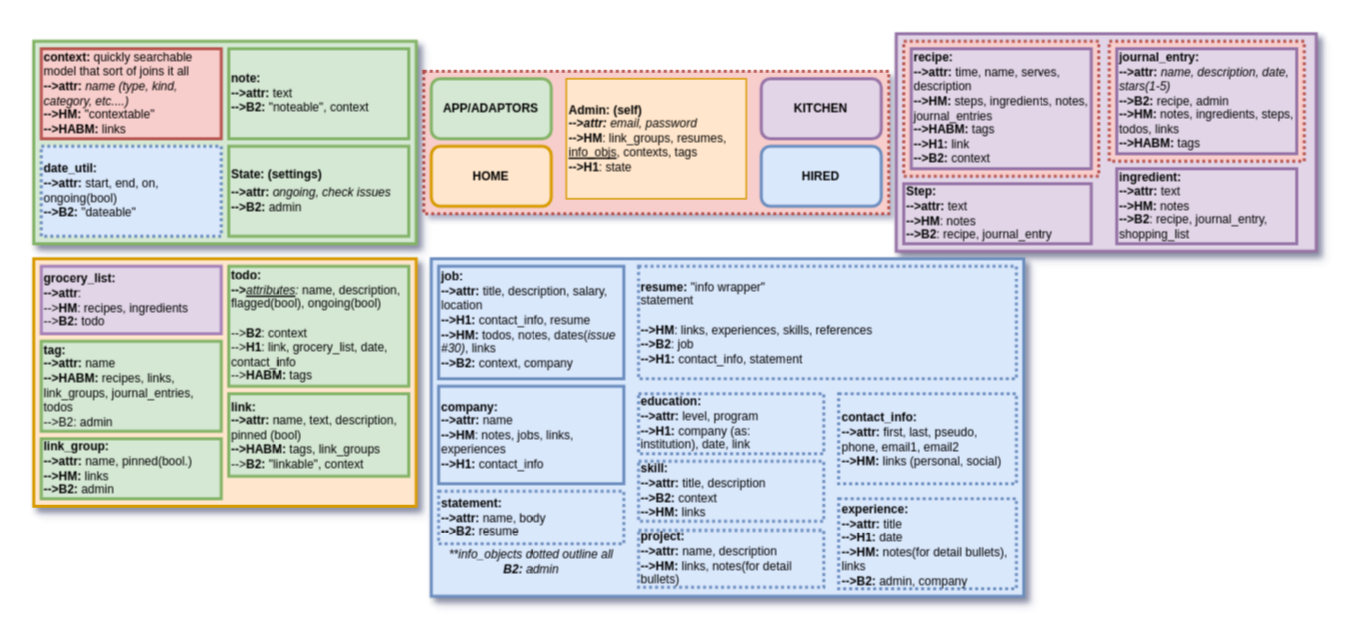
Before: docs/self.oo-map.drawio in horaciovelvetine/horaciovelvetine, a draw.io diagram. Source tidied: cells renumbered, new cells numbered last; positions are measured from the earlier drawing's top-left corner, leaving out a move shared by most shapes. Both pictures are drawn from the tidied source at 150%, with x=0, y=0 at pixel (33, 33).
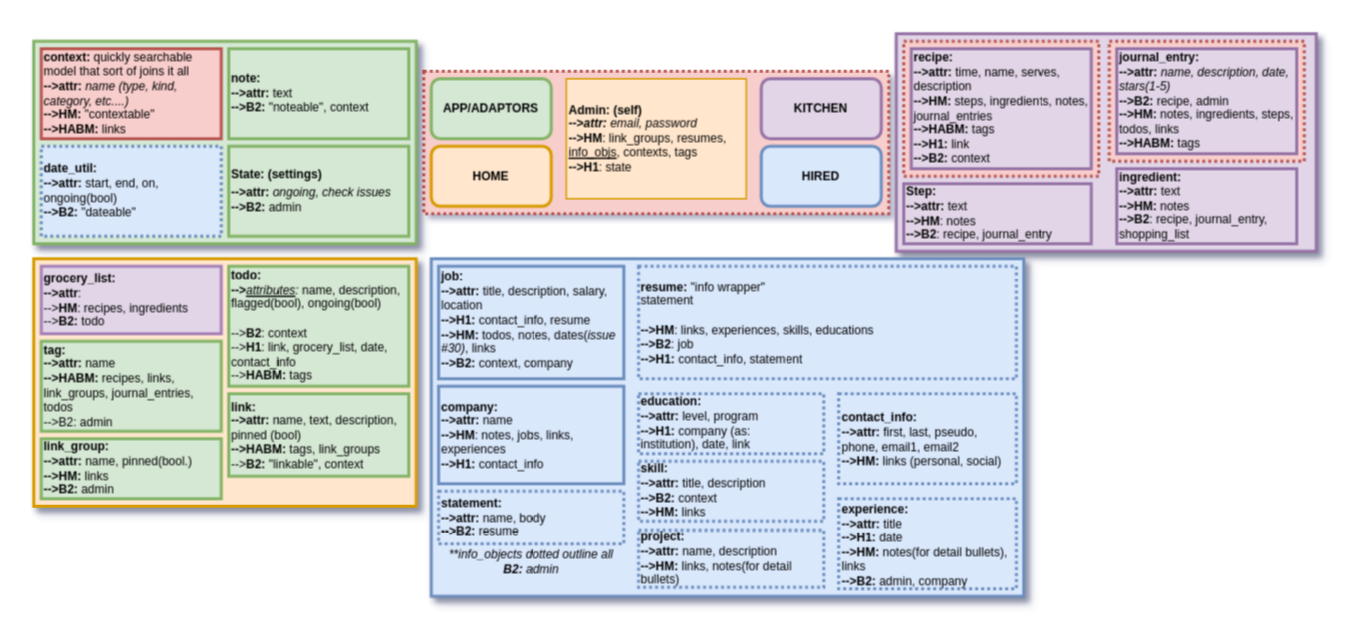
The same diagram, later.

Change to the diagram source:
```diff
@@
-    <mxCell id="28" value="&lt;b&gt;resume: &lt;/b&gt;&quot;info wrapper&quot;&lt;br&gt;statement&lt;br&gt;&lt;br&gt;&lt;b&gt;--&amp;gt;HM&lt;/b&gt;: links, experiences, skills, references&lt;br&gt;&lt;b&gt;--&amp;gt;B2&lt;/b&gt;: job&lt;br&gt;&lt;b&gt;--&amp;gt;H1:&lt;/b&gt; contact_info, statement" style="rounded=0;whiteSpace=wrap;html=1;fontSize=8;align=left;fillColor=#dae8fc;strokeColor=#6c8ebf;rotation=0;strokeWidth=2;dashed=1;dashPattern=1 1;" parent="1" vertex="1">
+    <mxCell id="28" value="&lt;b&gt;resume: &lt;/b&gt;&quot;info wrapper&quot;&lt;br&gt;statement&lt;br&gt;&lt;br&gt;&lt;b&gt;--&amp;gt;HM&lt;/b&gt;: links, experiences, skills, educations&lt;br&gt;&lt;b&gt;--&amp;gt;B2&lt;/b&gt;: job&lt;br&gt;&lt;b&gt;--&amp;gt;H1:&lt;/b&gt; contact_info, statement" style="rounded=0;whiteSpace=wrap;html=1;fontSize=8;align=left;fillColor=#dae8fc;strokeColor=#6c8ebf;rotation=0;strokeWidth=2;dashed=1;dashPattern=1 1;" parent="1" vertex="1">
       <mxGeometry x="403.2" y="155" width="251.9" height="75" as="geometry" />
     </mxCell>
```
